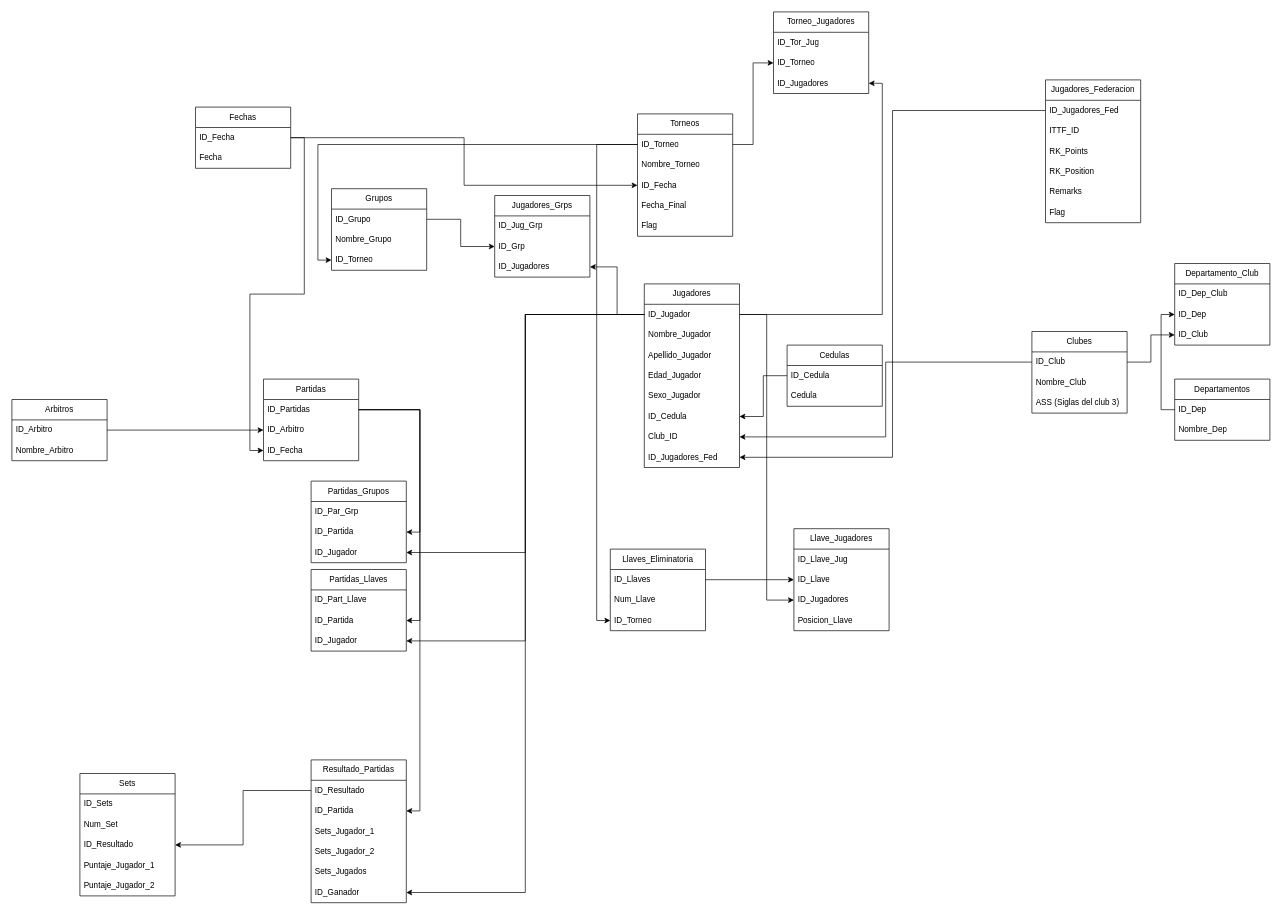
Before: DiagramDBTTN.drawio in sologia/draw.io, a draw.io diagram. Source tidied: cells renumbered, new cells numbered last; positions are measured from the earlier drawing's top-left corner, leaving out a move shared by most shapes. Both pictures are drawn from the tidied source at 68%, with x=0, y=0 at pixel (12, 12).
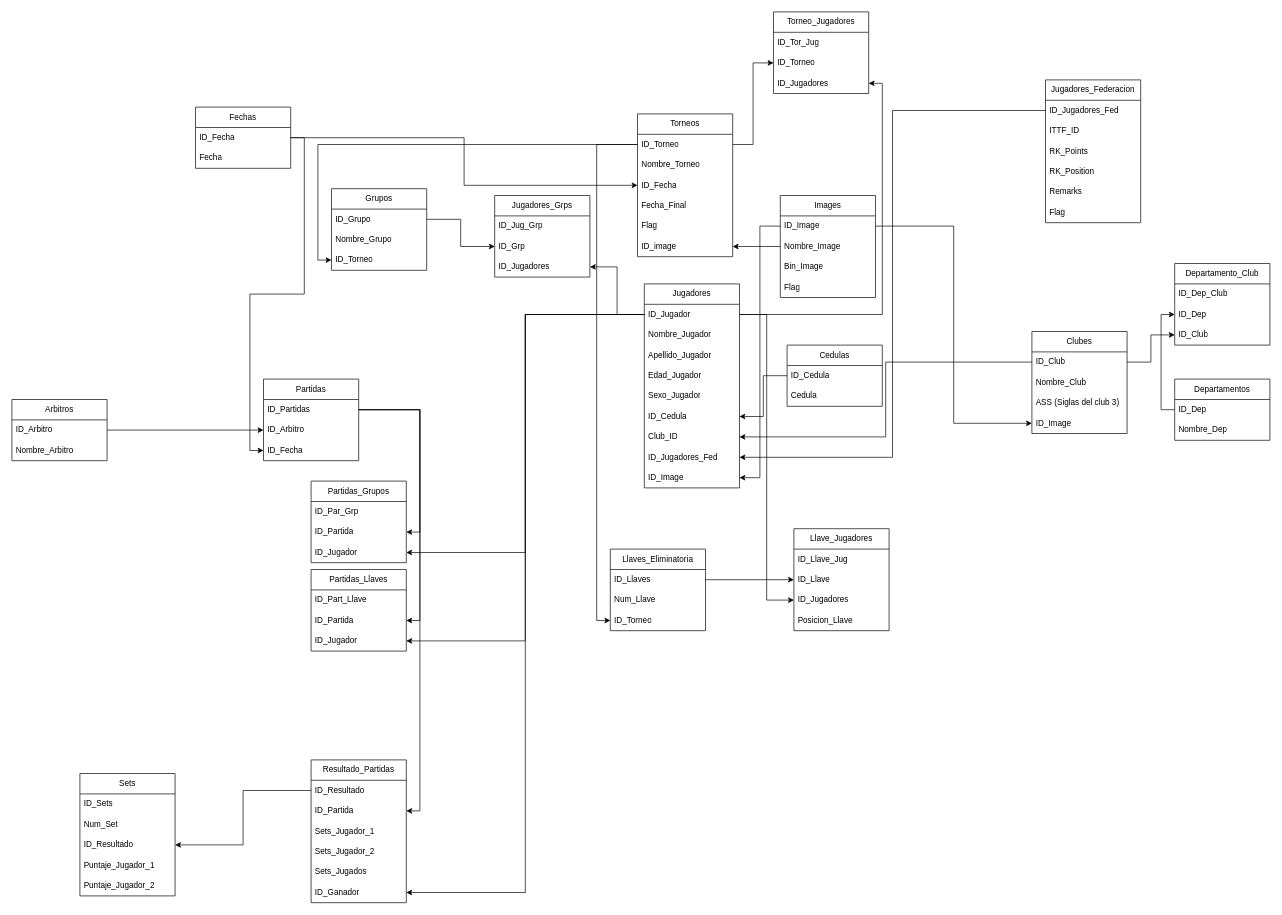
Above is the later version.

Diff of the diagram source:
```diff
@@
     <mxCell id="5" value="Clubes" style="swimlane;fontStyle=0;horizontal=1;startSize=30;whiteSpace=wrap;html=1;" parent="1" vertex="1">
-      <mxGeometry x="1500" y="470" width="140" height="120" as="geometry" />
+      <mxGeometry x="1500" y="470" width="140" height="150" as="geometry" />
     </mxCell>
@@
+    <mxCell id="113" value="ID_Image" style="text;strokeColor=none;fillColor=none;align=left;verticalAlign=middle;spacingLeft=4;spacingRight=4;overflow=hidden;points=[[0,0.5],[1,0.5]];portConstraint=eastwest;whiteSpace=wrap;html=1;" parent="5" vertex="1">
+      <mxGeometry y="120" width="140" height="30" as="geometry" />
+    </mxCell>
@@
     <mxCell id="15" value="Jugadores" style="swimlane;fontStyle=0;horizontal=1;startSize=30;whiteSpace=wrap;html=1;" parent="1" vertex="1">
-      <mxGeometry x="930" y="400" width="140" height="270" as="geometry" />
+      <mxGeometry x="930" y="400" width="140" height="300" as="geometry" />
     </mxCell>
@@
+    <mxCell id="114" value="ID_Image" style="text;strokeColor=none;fillColor=none;align=left;verticalAlign=middle;spacingLeft=4;spacingRight=4;overflow=hidden;points=[[0,0.5],[1,0.5]];portConstraint=eastwest;whiteSpace=wrap;html=1;" parent="15" vertex="1">
+      <mxGeometry y="270" width="140" height="30" as="geometry" />
+    </mxCell>
@@
     <mxCell id="37" value="Torneos" style="swimlane;fontStyle=0;horizontal=1;startSize=30;whiteSpace=wrap;html=1;" parent="1" vertex="1">
-      <mxGeometry x="920" y="150" width="140" height="180" as="geometry" />
+      <mxGeometry x="920" y="150" width="140" height="210" as="geometry" />
     </mxCell>
@@
+    <mxCell id="115" value="ID_image" style="text;strokeColor=none;fillColor=none;align=left;verticalAlign=middle;spacingLeft=4;spacingRight=4;overflow=hidden;points=[[0,0.5],[1,0.5]];portConstraint=eastwest;whiteSpace=wrap;html=1;" parent="37" vertex="1">
+      <mxGeometry y="180" width="140" height="30" as="geometry" />
+    </mxCell>
@@
+    <mxCell id="116" style="edgeStyle=orthogonalEdgeStyle;rounded=0;jettySize=auto;html=1;entryX=1;entryY=0.5;entryDx=0;entryDy=0;" parent="1" edge="1" source="117" target="115">
+      <mxGeometry relative="1" as="geometry" />
+    </mxCell>
+    <mxCell id="117" value="Images" style="swimlane;fontStyle=0;horizontal=1;startSize=30;whiteSpace=wrap;html=1;" parent="1" vertex="1">
+      <mxGeometry x="1130" y="270" width="140" height="150" as="geometry" />
+    </mxCell>
+    <mxCell id="118" value="ID_Image" style="text;strokeColor=none;fillColor=none;align=left;verticalAlign=middle;spacingLeft=4;spacingRight=4;overflow=hidden;points=[[0,0.5],[1,0.5]];portConstraint=eastwest;whiteSpace=wrap;html=1;" parent="117" vertex="1">
+      <mxGeometry y="30" width="140" height="30" as="geometry" />
+    </mxCell>
+    <mxCell id="119" value="Nombre_Image" style="text;strokeColor=none;fillColor=none;align=left;verticalAlign=middle;spacingLeft=4;spacingRight=4;overflow=hidden;whiteSpace=wrap;html=1;" parent="117" vertex="1">
+      <mxGeometry y="60" width="140" height="30" as="geometry" />
+    </mxCell>
+    <mxCell id="120" value="Bin_Image" style="text;strokeColor=none;fillColor=none;align=left;verticalAlign=middle;spacingLeft=4;spacingRight=4;overflow=hidden;whiteSpace=wrap;html=1;" parent="117" vertex="1">
+      <mxGeometry y="90" width="140" height="30" as="geometry" />
+    </mxCell>
+    <mxCell id="121" value="Flag" style="text;strokeColor=none;fillColor=none;align=left;verticalAlign=middle;spacingLeft=4;spacingRight=4;overflow=hidden;whiteSpace=wrap;html=1;" parent="117" vertex="1">
+      <mxGeometry y="120" width="140" height="30" as="geometry" />
+    </mxCell>
+    <mxCell id="122" style="edgeStyle=orthogonalEdgeStyle;rounded=0;jettySize=auto;html=1;entryX=1;entryY=0.5;entryDx=0;entryDy=0;" parent="1" edge="1" source="118" target="114">
+      <mxGeometry relative="1" as="geometry" />
+    </mxCell>
+    <mxCell id="123" style="edgeStyle=orthogonalEdgeStyle;rounded=0;jettySize=auto;html=1;entryX=0;entryY=0.5;entryDx=0;entryDy=0;" parent="1" edge="1" source="118" target="113">
+      <mxGeometry relative="1" as="geometry" />
+    </mxCell>
```
